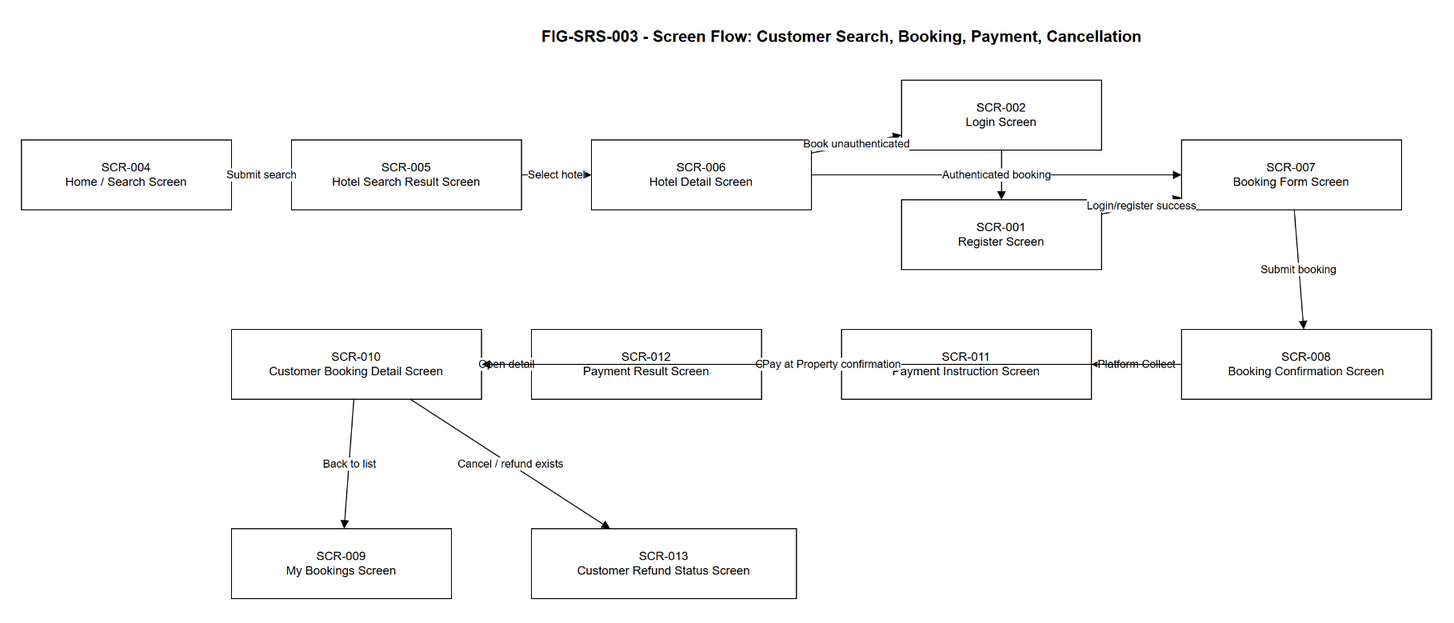
Earlier version of the draw.io export diagrams/png/FIG-SRS-003_screen_flow_customer_search_booking_payment.png (thaideptrai218/hotel-management-system-srs). Source tidied: cells renumbered, new cells last; positions are measured from the earlier drawing's top-left corner, leaving out a move shared by most shapes.
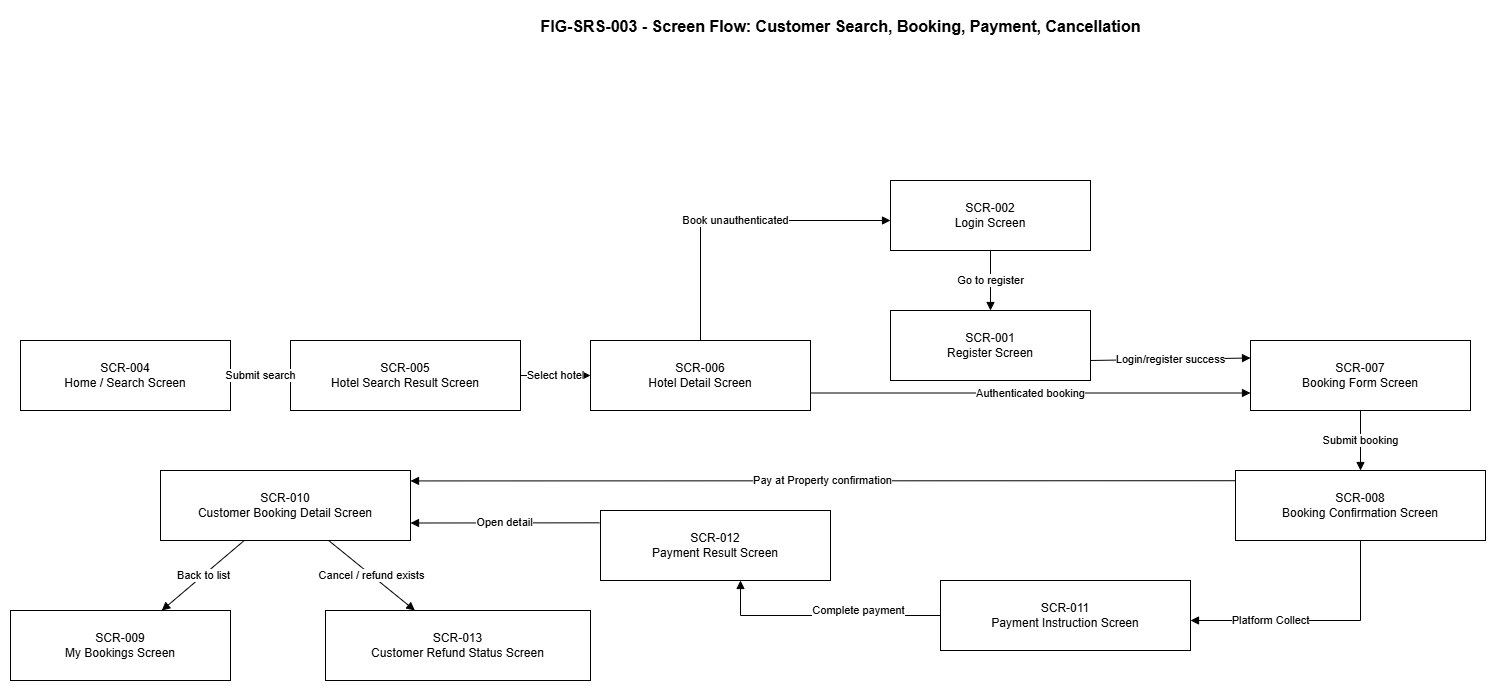
After the change.

The edit, as a diff of the source:
```diff
@@ -6,40 +6,40 @@
       <mxGeometry x="250" width="1140" height="40" as="geometry" />
     </mxCell>
     <mxCell id="3" value="SCR-004&#10;Home / Search Screen" style="rounded=0;whiteSpace=wrap;html=1;fontSize=12;" parent="1" vertex="1">
-      <mxGeometry y="120" width="210" height="70" as="geometry" />
+      <mxGeometry y="330" width="210" height="70" as="geometry" />
     </mxCell>
     <mxCell id="4" value="SCR-005&#10;Hotel Search Result Screen" style="rounded=0;whiteSpace=wrap;html=1;fontSize=12;" parent="1" vertex="1">
-      <mxGeometry x="270" y="120" width="230" height="70" as="geometry" />
+      <mxGeometry x="270" y="330" width="230" height="70" as="geometry" />
     </mxCell>
     <mxCell id="5" value="SCR-006&#10;Hotel Detail Screen" style="rounded=0;whiteSpace=wrap;html=1;fontSize=12;" parent="1" vertex="1">
-      <mxGeometry x="570" y="120" width="220" height="70" as="geometry" />
+      <mxGeometry x="570" y="330" width="220" height="70" as="geometry" />
     </mxCell>
     <mxCell id="6" value="SCR-002&#10;Login Screen" style="rounded=0;whiteSpace=wrap;html=1;fontSize=12;" parent="1" vertex="1">
-      <mxGeometry x="880" y="60" width="200" height="70" as="geometry" />
+      <mxGeometry x="870" y="170" width="200" height="70" as="geometry" />
     </mxCell>
     <mxCell id="7" value="SCR-001&#10;Register Screen" style="rounded=0;whiteSpace=wrap;html=1;fontSize=12;" parent="1" vertex="1">
-      <mxGeometry x="880" y="180" width="200" height="70" as="geometry" />
+      <mxGeometry x="870" y="300" width="200" height="70" as="geometry" />
     </mxCell>
     <mxCell id="8" value="SCR-007&#10;Booking Form Screen" style="rounded=0;whiteSpace=wrap;html=1;fontSize=12;" parent="1" vertex="1">
-      <mxGeometry x="1160" y="120" width="220" height="70" as="geometry" />
+      <mxGeometry x="1230" y="330" width="220" height="70" as="geometry" />
     </mxCell>
     <mxCell id="9" value="SCR-008&#10;Booking Confirmation Screen" style="rounded=0;whiteSpace=wrap;html=1;fontSize=12;" parent="1" vertex="1">
-      <mxGeometry x="1160" y="310" width="250" height="70" as="geometry" />
+      <mxGeometry x="1215" y="460" width="250" height="70" as="geometry" />
     </mxCell>
     <mxCell id="10" value="SCR-011&#10;Payment Instruction Screen" style="rounded=0;whiteSpace=wrap;html=1;fontSize=12;" parent="1" vertex="1">
-      <mxGeometry x="820" y="310" width="250" height="70" as="geometry" />
+      <mxGeometry x="920" y="570" width="250" height="70" as="geometry" />
     </mxCell>
     <mxCell id="11" value="SCR-012&#10;Payment Result Screen" style="rounded=0;whiteSpace=wrap;html=1;fontSize=12;" parent="1" vertex="1">
-      <mxGeometry x="510" y="310" width="230" height="70" as="geometry" />
+      <mxGeometry x="580" y="500" width="230" height="70" as="geometry" />
     </mxCell>
     <mxCell id="12" value="SCR-010&#10;Customer Booking Detail Screen" style="rounded=0;whiteSpace=wrap;html=1;fontSize=12;" parent="1" vertex="1">
-      <mxGeometry x="210" y="310" width="250" height="70" as="geometry" />
+      <mxGeometry x="140" y="460" width="250" height="70" as="geometry" />
     </mxCell>
     <mxCell id="13" value="SCR-009&#10;My Bookings Screen" style="rounded=0;whiteSpace=wrap;html=1;fontSize=12;" parent="1" vertex="1">
-      <mxGeometry x="210" y="510" width="220" height="70" as="geometry" />
+      <mxGeometry x="-10" y="600" width="220" height="70" as="geometry" />
     </mxCell>
     <mxCell id="14" value="SCR-013&#10;Customer Refund Status Screen" style="rounded=0;whiteSpace=wrap;html=1;fontSize=12;" parent="1" vertex="1">
-      <mxGeometry x="510" y="510" width="265" height="70" as="geometry" />
+      <mxGeometry x="305" y="600" width="265" height="70" as="geometry" />
     </mxCell>
     <mxCell id="15" value="Submit search" style="endArrow=block;html=1;rounded=0;fontSize=11;" parent="1" edge="1" source="3" target="4">
       <mxGeometry relative="1" as="geometry" />
@@ -47,31 +47,43 @@
     <mxCell id="16" value="Select hotel" style="endArrow=block;html=1;rounded=0;fontSize=11;" parent="1" edge="1" source="4" target="5">
       <mxGeometry relative="1" as="geometry" />
     </mxCell>
-    <mxCell id="17" value="Book unauthenticated" style="endArrow=block;html=1;rounded=0;fontSize=11;" parent="1" edge="1" source="5" target="6">
-      <mxGeometry relative="1" as="geometry" />
+    <mxCell id="17" value="Book unauthenticated" style="endArrow=block;html=1;rounded=0;fontSize=11;edgeStyle=orthogonalEdgeStyle;" parent="1" edge="1" source="5" target="6">
+      <mxGeometry relative="1" as="geometry">
+        <Array as="points">
+          <mxPoint x="680" y="210" />
+        </Array>
+      </mxGeometry>
     </mxCell>
     <mxCell id="18" value="Go to register" style="endArrow=block;html=1;rounded=0;fontSize=11;" parent="1" edge="1" source="6" target="7">
       <mxGeometry relative="1" as="geometry" />
     </mxCell>
-    <mxCell id="19" value="Login/register success" style="endArrow=block;html=1;rounded=0;fontSize=11;" parent="1" edge="1" source="7" target="8">
+    <mxCell id="19" value="Login/register success" style="endArrow=block;html=1;rounded=0;fontSize=11;entryX=0;entryY=0.25;entryDx=0;entryDy=0;exitX=1;exitY=0.714;exitDx=0;exitDy=0;exitPerimeter=0;" parent="1" edge="1" source="7" target="8">
       <mxGeometry relative="1" as="geometry" />
     </mxCell>
-    <mxCell id="20" value="Authenticated booking" style="endArrow=block;html=1;rounded=0;fontSize=11;" parent="1" edge="1" source="5" target="8">
+    <mxCell id="20" value="Authenticated booking" style="endArrow=block;html=1;rounded=0;fontSize=11;exitX=1;exitY=0.75;exitDx=0;exitDy=0;entryX=0;entryY=0.75;entryDx=0;entryDy=0;" parent="1" edge="1" source="5" target="8">
       <mxGeometry relative="1" as="geometry" />
     </mxCell>
     <mxCell id="21" value="Submit booking" style="endArrow=block;html=1;rounded=0;fontSize=11;" parent="1" edge="1" source="8" target="9">
       <mxGeometry relative="1" as="geometry" />
     </mxCell>
-    <mxCell id="22" value="Platform Collect" style="endArrow=block;html=1;rounded=0;fontSize=11;" parent="1" edge="1" source="9" target="10">
-      <mxGeometry relative="1" as="geometry" />
+    <mxCell id="22" value="Platform Collect" style="endArrow=block;html=1;rounded=0;fontSize=11;edgeStyle=orthogonalEdgeStyle;" parent="1" edge="1" source="9" target="10">
+      <mxGeometry x="0.36" relative="1" as="geometry">
+        <Array as="points">
+          <mxPoint x="1340" y="610" />
+        </Array>
+      </mxGeometry>
     </mxCell>
-    <mxCell id="23" value="Complete payment" style="endArrow=block;html=1;rounded=0;fontSize=11;" parent="1" edge="1" source="10" target="11">
-      <mxGeometry relative="1" as="geometry" />
+    <mxCell id="23" value="Complete payment" style="endArrow=block;html=1;rounded=0;fontSize=11;edgeStyle=orthogonalEdgeStyle;" parent="1" edge="1" source="10" target="11">
+      <mxGeometry x="-0.3" y="-5" relative="1" as="geometry">
+        <Array as="points">
+          <mxPoint x="720" y="605" />
+        </Array>
+      </mxGeometry>
     </mxCell>
-    <mxCell id="24" value="Open detail" style="endArrow=block;html=1;rounded=0;fontSize=11;" parent="1" edge="1" source="11" target="12">
+    <mxCell id="24" value="Open detail" style="endArrow=block;html=1;rounded=0;fontSize=11;entryX=1;entryY=0.75;entryDx=0;entryDy=0;exitX=-0.004;exitY=0.176;exitDx=0;exitDy=0;exitPerimeter=0;" parent="1" edge="1" source="11" target="12">
       <mxGeometry relative="1" as="geometry" />
     </mxCell>
-    <mxCell id="25" value="Pay at Property confirmation" style="endArrow=block;html=1;rounded=0;fontSize=11;" parent="1" edge="1" source="9" target="12">
+    <mxCell id="25" value="Pay at Property confirmation" style="endArrow=block;html=1;rounded=0;fontSize=11;entryX=1;entryY=0.149;entryDx=0;entryDy=0;entryPerimeter=0;exitX=0.002;exitY=0.146;exitDx=0;exitDy=0;exitPerimeter=0;" parent="1" edge="1" source="9" target="12">
       <mxGeometry relative="1" as="geometry" />
     </mxCell>
     <mxCell id="26" value="Back to list" style="endArrow=block;html=1;rounded=0;fontSize=11;" parent="1" edge="1" source="12" target="13">
```
